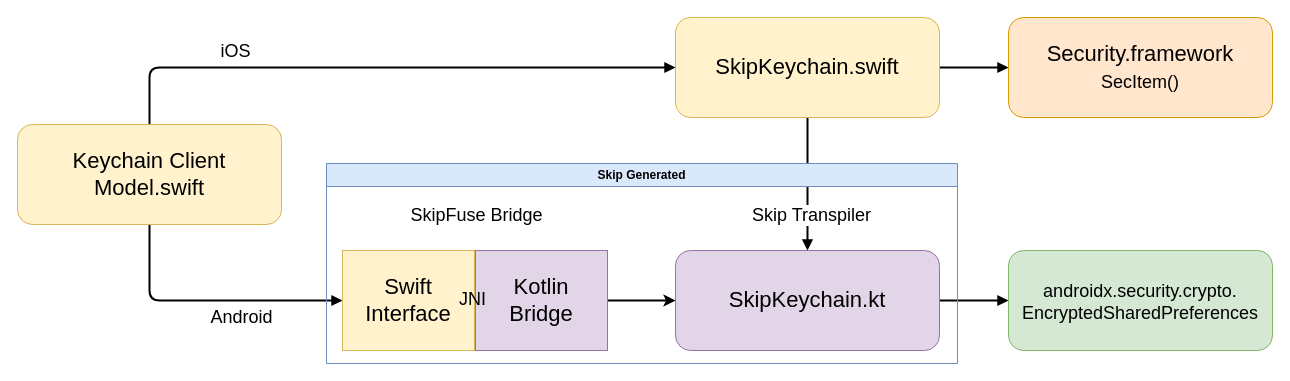
Earlier version of the draw.io diagram page "bridging" (12 of 12) of diagrams/skip-diagrams.drawio (skiptools/assets.skip.tools). Source tidied: cells renumbered, new cells numbered last; positions are measured from the earlier drawing's top-left corner, leaving out a move shared by most shapes. Both pictures are drawn from the tidied source at 100%, with x=0, y=0 at pixel (17, 17).
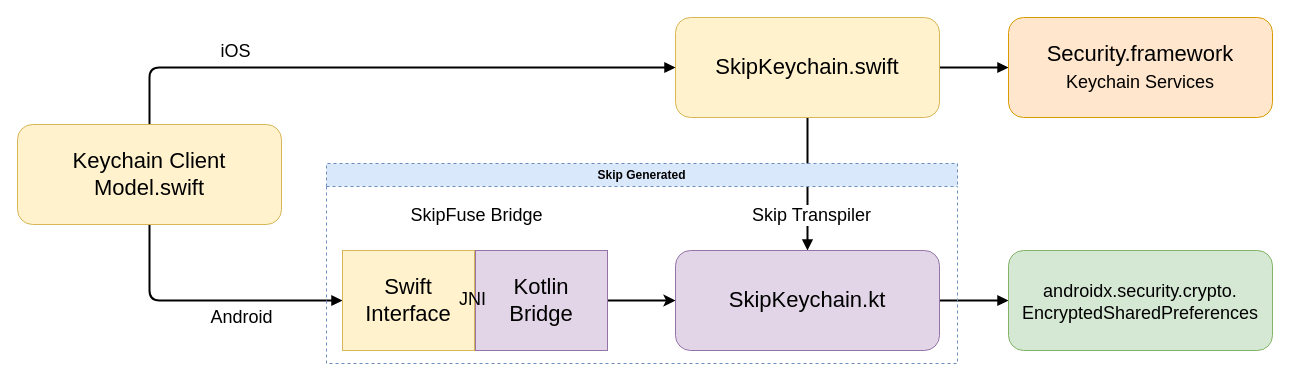
Above is the later version.

Commit message (it also covers changes not shown here):
Update bridging diagram

What changed in the source:
```diff
@@
-    <mxCell id="13" value="Security.framework&lt;div&gt;&lt;font style=&quot;font-size: 18px;&quot;&gt;SecItem()&lt;/font&gt;&lt;br&gt;&lt;/div&gt;" style="rounded=1;whiteSpace=wrap;html=1;fontSize=22;fillColor=#ffe6cc;strokeColor=#d79b00;" parent="1" vertex="1">
+    <mxCell id="13" value="Security.framework&lt;div&gt;&lt;font style=&quot;font-size: 18px;&quot;&gt;Keychain Services&lt;/font&gt;&lt;br&gt;&lt;/div&gt;" style="rounded=1;whiteSpace=wrap;html=1;fontSize=22;fillColor=#ffe6cc;strokeColor=#d79b00;" parent="1" vertex="1">
       <mxGeometry x="991" width="264" height="100" as="geometry" />
     </mxCell>
@@
-    <mxCell id="20" value="Skip Generated" style="swimlane;whiteSpace=wrap;html=1;fillColor=#dae8fc;strokeColor=#6c8ebf;" parent="1" vertex="1">
+    <mxCell id="20" value="Skip Generated" style="swimlane;whiteSpace=wrap;html=1;fillColor=#dae8fc;strokeColor=#6c8ebf;strokeWidth=1;dashed=1;" parent="1" vertex="1">
       <mxGeometry x="309" y="146" width="631" height="200" as="geometry" />
     </mxCell>
```
